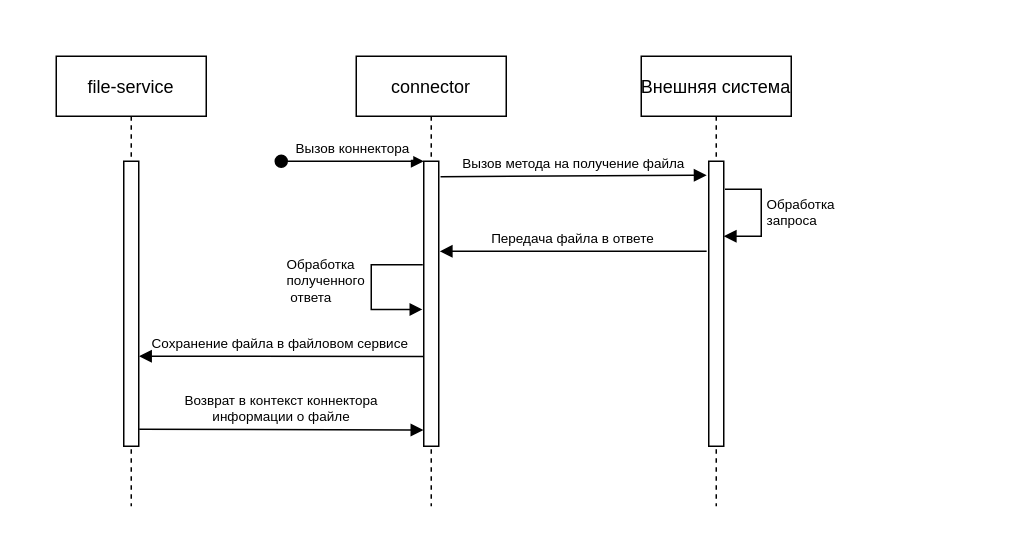
This is integration/file-get.drawio from effective-group/docs-drawio, a draw.io file, before an edit. Source tidied: cells renumbered, new cells numbered last; positions are measured from the earlier drawing's top-left corner, leaving out a move shared by most shapes. Both pictures are drawn from the tidied source at 150%, with x=0, y=0 at pixel (56, 56).
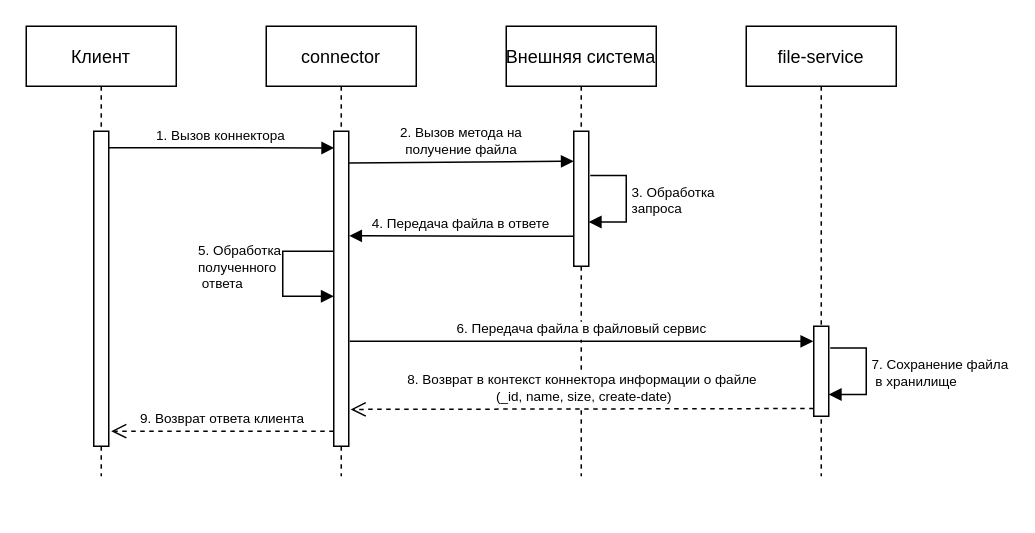
After the change.

The edit, as a diff of the source:
```diff
@@
+    <mxCell id="15" value="Клиент" style="shape=umlLifeline;perimeter=lifelinePerimeter;rounded=0;shadow=0;strokeWidth=1;" parent="1" vertex="1">
+      <mxGeometry x="-20" y="-20" width="100" height="300" as="geometry" />
+    </mxCell>
+    <mxCell id="16" style="points=[];perimeter=orthogonalPerimeter;rounded=0;shadow=0;strokeWidth=1;" parent="15" vertex="1">
+      <mxGeometry x="45" y="70" width="10" height="210" as="geometry" />
+    </mxCell>
+    <mxCell id="17" value="1. Вызов коннектора" style="verticalAlign=bottom;endArrow=block;shadow=0;strokeWidth=1;entryX=0.032;entryY=0.053;entryDx=0;entryDy=0;entryPerimeter=0;fontSize=9;exitX=1.12;exitY=0.054;exitDx=0;exitDy=0;exitPerimeter=0;" parent="15" edge="1" target="18">
+      <mxGeometry relative="1" as="geometry">
+        <mxPoint x="55" y="81" as="sourcePoint" />
+      </mxGeometry>
+    </mxCell>
     <mxCell id="2" value="connector" style="shape=umlLifeline;perimeter=lifelinePerimeter;rounded=0;shadow=0;strokeWidth=1;" parent="1" vertex="1">
-      <mxGeometry x="200" width="100" height="300" as="geometry" />
+      <mxGeometry x="140" y="-20" width="100" height="300" as="geometry" />
     </mxCell>
-    <mxCell id="3" style="points=[];perimeter=orthogonalPerimeter;rounded=0;shadow=0;strokeWidth=1;" parent="2" vertex="1">
-      <mxGeometry x="45" y="70" width="10" height="190" as="geometry" />
-    </mxCell>
-    <mxCell id="4" value="Вызов коннектора" style="verticalAlign=bottom;startArrow=oval;endArrow=block;startSize=8;shadow=0;strokeWidth=1;fontSize=9;" parent="2" edge="1" target="3">
-      <mxGeometry relative="1" as="geometry">
-        <mxPoint x="-50" y="70" as="sourcePoint" />
-      </mxGeometry>
-    </mxCell>
-    <mxCell id="5" value="&lt;font style=&quot;font-size: 9px&quot;&gt;Обработка &lt;br&gt;полученного&lt;br&gt;&amp;nbsp;ответа&lt;/font&gt;" style="edgeStyle=orthogonalEdgeStyle;html=1;align=left;spacingLeft=2;endArrow=block;rounded=0;fontSize=8;exitX=-0.065;exitY=0.363;exitDx=0;exitDy=0;exitPerimeter=0;entryX=-0.088;entryY=0.52;entryDx=0;entryDy=0;entryPerimeter=0;" parent="2" edge="1" source="3" target="3">
-      <mxGeometry x="-0.08" y="-60" relative="1" as="geometry">
-        <Array as="points">
-          <mxPoint x="10" y="139" />
-          <mxPoint x="10" y="169" />
-        </Array>
-      </mxGeometry>
-    </mxCell>
+    <mxCell id="18" style="points=[];perimeter=orthogonalPerimeter;rounded=0;shadow=0;strokeWidth=1;" parent="2" vertex="1">
+      <mxGeometry x="45" y="70" width="10" height="210" as="geometry" />
+    </mxCell>
+    <mxCell id="19" value="&lt;font style=&quot;font-size: 9px&quot;&gt;5. Обработка &lt;br&gt;полученного&lt;br&gt;&amp;nbsp;ответа&lt;/font&gt;" style="edgeStyle=orthogonalEdgeStyle;html=1;align=left;spacingLeft=2;endArrow=block;rounded=0;fontSize=8;exitX=-0.065;exitY=0.363;exitDx=0;exitDy=0;exitPerimeter=0;entryX=-0.088;entryY=0.52;entryDx=0;entryDy=0;entryPerimeter=0;" parent="2" edge="1">
+      <mxGeometry x="-0.08" y="-60" relative="1" as="geometry">
+        <mxPoint x="45" y="150" as="sourcePoint" />
+        <mxPoint x="45" y="180" as="targetPoint" />
+        <Array as="points">
+          <mxPoint x="11" y="150" />
+          <mxPoint x="11" y="180" />
+        </Array>
+      </mxGeometry>
+    </mxCell>
+    <mxCell id="20" value="9. Возврат ответа клиента" style="verticalAlign=bottom;endArrow=open;dashed=1;endSize=8;shadow=0;strokeWidth=1;fontSize=9;exitX=-0.088;exitY=0.83;exitDx=0;exitDy=0;exitPerimeter=0;entryX=1.162;entryY=0.952;entryDx=0;entryDy=0;entryPerimeter=0;" parent="2" edge="1" target="16">
+      <mxGeometry relative="1" as="geometry">
+        <mxPoint x="45" y="270" as="sourcePoint" />
+      </mxGeometry>
+    </mxCell>
     <mxCell id="6" value="Внешняя система" style="shape=umlLifeline;perimeter=lifelinePerimeter;rounded=0;shadow=0;strokeWidth=1;" parent="1" vertex="1">
-      <mxGeometry x="390" width="100" height="300" as="geometry" />
+      <mxGeometry x="300" y="-20" width="100" height="300" as="geometry" />
     </mxCell>
-    <mxCell id="7" style="points=[];perimeter=orthogonalPerimeter;rounded=0;shadow=0;strokeWidth=1;" parent="6" vertex="1">
-      <mxGeometry x="45" y="70" width="10" height="190" as="geometry" />
-    </mxCell>
-    <mxCell id="8" value="Обработка &lt;br&gt;запроса" style="edgeStyle=orthogonalEdgeStyle;html=1;align=left;spacingLeft=2;endArrow=block;rounded=0;entryX=1;entryY=0.263;fontSize=9;entryDx=0;entryDy=0;entryPerimeter=0;exitX=1.083;exitY=0.098;exitDx=0;exitDy=0;exitPerimeter=0;" parent="6" edge="1" source="7" target="7">
-      <mxGeometry relative="1" as="geometry">
-        <Array as="points">
-          <mxPoint x="80" y="89" />
-          <mxPoint x="80" y="120" />
-        </Array>
-      </mxGeometry>
-    </mxCell>
+    <mxCell id="21" style="perimeter=orthogonalPerimeter;rounded=0;shadow=0;strokeWidth=1;" parent="6" vertex="1">
+      <mxGeometry x="45" y="70" width="10" height="90" as="geometry" />
+    </mxCell>
+    <mxCell id="22" value="3. Обработка &lt;br&gt;запроса" style="edgeStyle=orthogonalEdgeStyle;html=1;align=left;spacingLeft=2;endArrow=block;rounded=0;entryX=1;entryY=0.263;fontSize=9;entryDx=0;entryDy=0;entryPerimeter=0;exitX=1.083;exitY=0.098;exitDx=0;exitDy=0;exitPerimeter=0;" parent="6" edge="1">
+      <mxGeometry relative="1" as="geometry">
+        <mxPoint x="56" y="99.5" as="sourcePoint" />
+        <mxPoint x="55" y="130.5" as="targetPoint" />
+        <Array as="points">
+          <mxPoint x="80" y="99.5" />
+          <mxPoint x="80" y="130.5" />
+        </Array>
+      </mxGeometry>
+    </mxCell>
+    <mxCell id="23" value="4. Передача файла в ответе" style="verticalAlign=bottom;endArrow=block;shadow=0;strokeWidth=1;exitX=-0.139;exitY=0.316;exitDx=0;exitDy=0;exitPerimeter=0;fontSize=9;entryX=1.027;entryY=0.332;entryDx=0;entryDy=0;entryPerimeter=0;" parent="6" edge="1" target="18">
+      <mxGeometry relative="1" as="geometry">
+        <mxPoint x="45" y="140" as="sourcePoint" />
+      </mxGeometry>
+    </mxCell>
     <mxCell id="9" value="file-service" style="shape=umlLifeline;perimeter=lifelinePerimeter;rounded=0;shadow=0;strokeWidth=1;" parent="1" vertex="1">
-      <mxGeometry width="100" height="300" as="geometry" />
+      <mxGeometry x="460" y="-20" width="100" height="300" as="geometry" />
     </mxCell>
-    <mxCell id="10" style="points=[];perimeter=orthogonalPerimeter;rounded=0;shadow=0;strokeWidth=1;" parent="9" vertex="1">
-      <mxGeometry x="45" y="70" width="10" height="190" as="geometry" />
-    </mxCell>
-    <mxCell id="11" value="Вызов метода на получение файла" style="verticalAlign=bottom;endArrow=block;shadow=0;strokeWidth=1;entryX=-0.139;entryY=0.049;entryDx=0;entryDy=0;entryPerimeter=0;fontSize=9;exitX=1.12;exitY=0.054;exitDx=0;exitDy=0;exitPerimeter=0;" parent="1" edge="1" source="3" target="7">
-      <mxGeometry relative="1" as="geometry" />
-    </mxCell>
-    <mxCell id="12" value="Передача файла в ответе" style="verticalAlign=bottom;endArrow=block;shadow=0;strokeWidth=1;exitX=-0.139;exitY=0.316;exitDx=0;exitDy=0;exitPerimeter=0;entryX=1.064;entryY=0.316;entryDx=0;entryDy=0;entryPerimeter=0;fontSize=9;" parent="1" edge="1" source="7" target="3">
-      <mxGeometry relative="1" as="geometry" />
-    </mxCell>
-    <mxCell id="13" value="Сохранение файла в файловом сервисе" style="verticalAlign=bottom;endArrow=block;shadow=0;strokeWidth=1;entryX=1.017;entryY=0.684;entryDx=0;entryDy=0;entryPerimeter=0;fontSize=9;exitX=-0.048;exitY=0.685;exitDx=0;exitDy=0;exitPerimeter=0;" parent="1" edge="1" source="3" target="10">
-      <mxGeometry relative="1" as="geometry" />
-    </mxCell>
-    <mxCell id="14" value="Возврат в контекст коннектора &#10;информации о файле" style="verticalAlign=bottom;endArrow=block;shadow=0;strokeWidth=1;fontSize=9;exitX=1.035;exitY=0.94;exitDx=0;exitDy=0;exitPerimeter=0;entryX=-0.02;entryY=0.943;entryDx=0;entryDy=0;entryPerimeter=0;" parent="1" edge="1" source="10" target="3">
-      <mxGeometry relative="1" as="geometry" />
-    </mxCell>
+    <mxCell id="24" style="points=[];perimeter=orthogonalPerimeter;rounded=0;shadow=0;strokeWidth=1;" parent="9" vertex="1">
+      <mxGeometry x="45" y="200" width="10" height="60" as="geometry" />
+    </mxCell>
+    <mxCell id="25" value="7. Сохранение файла&lt;br&gt;&amp;nbsp;в хранилище " style="edgeStyle=orthogonalEdgeStyle;html=1;align=left;spacingLeft=2;endArrow=block;rounded=0;entryX=1;entryY=0.263;fontSize=9;entryDx=0;entryDy=0;entryPerimeter=0;exitX=1.083;exitY=0.098;exitDx=0;exitDy=0;exitPerimeter=0;" parent="9" edge="1">
+      <mxGeometry relative="1" as="geometry">
+        <mxPoint x="56" y="214.5" as="sourcePoint" />
+        <mxPoint x="55" y="245.5" as="targetPoint" />
+        <Array as="points">
+          <mxPoint x="80" y="214.5" />
+          <mxPoint x="80" y="245.5" />
+        </Array>
+      </mxGeometry>
+    </mxCell>
+    <mxCell id="26" value="2. Вызов метода на &#10;получение файла" style="verticalAlign=bottom;endArrow=block;shadow=0;strokeWidth=1;fontSize=9;exitX=1.12;exitY=0.054;exitDx=0;exitDy=0;exitPerimeter=0;entryX=-0.032;entryY=0.109;entryDx=0;entryDy=0;entryPerimeter=0;" parent="1" edge="1">
+      <mxGeometry relative="1" as="geometry">
+        <mxPoint x="195.3" y="71.2" as="sourcePoint" />
+        <mxPoint x="345" y="70" as="targetPoint" />
+      </mxGeometry>
+    </mxCell>
+    <mxCell id="27" value="6. Передача файла в файловый сервис" style="verticalAlign=bottom;endArrow=block;shadow=0;strokeWidth=1;fontSize=9;entryX=-0.029;entryY=0.168;entryDx=0;entryDy=0;entryPerimeter=0;exitX=1.058;exitY=0.667;exitDx=0;exitDy=0;exitPerimeter=0;" parent="1" edge="1" source="18" target="24">
+      <mxGeometry relative="1" as="geometry" />
+    </mxCell>
+    <mxCell id="28" value="8. Возврат в контекст коннектора информации о файле&#10; (_id, name, size, create-date)" style="verticalAlign=bottom;endArrow=open;dashed=1;endSize=8;shadow=0;strokeWidth=1;fontSize=9;exitX=-0.003;exitY=0.914;exitDx=0;exitDy=0;exitPerimeter=0;entryX=1.126;entryY=0.883;entryDx=0;entryDy=0;entryPerimeter=0;" parent="1" edge="1" source="24" target="18">
+      <mxGeometry relative="1" as="geometry" />
+    </mxCell>
```
